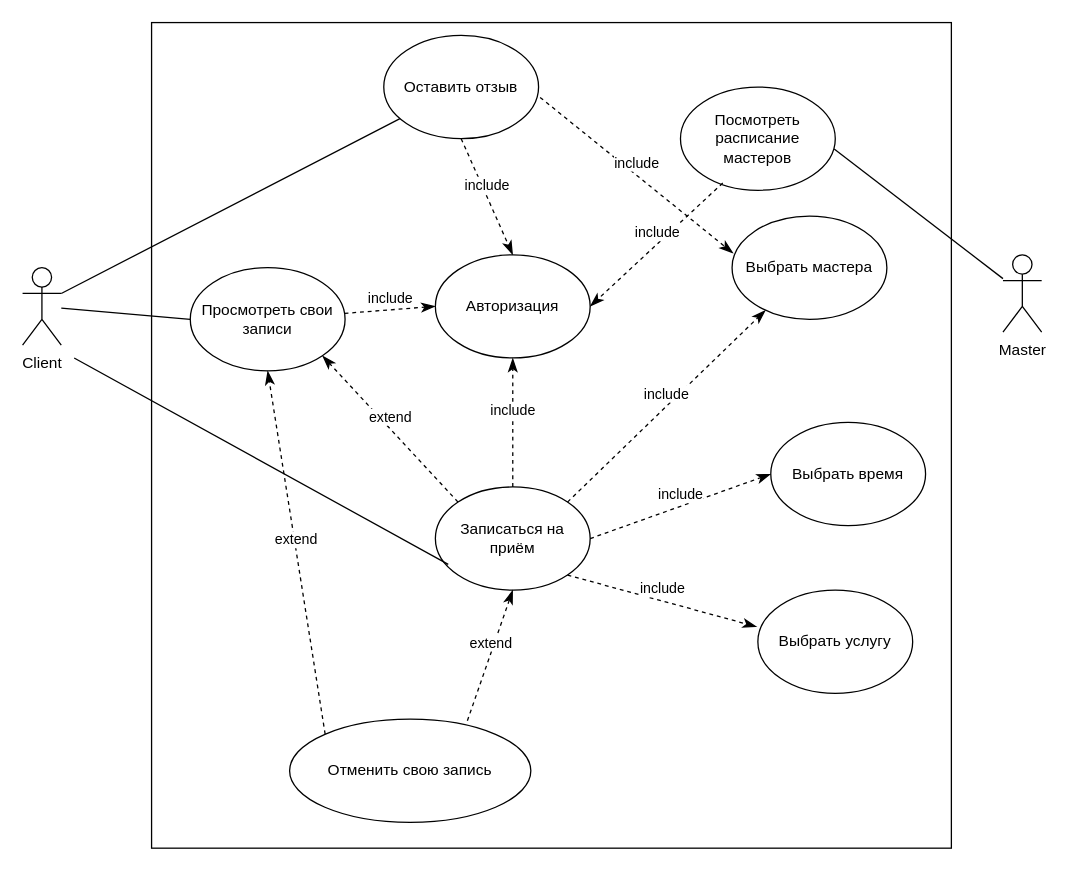
Above: ДВИ.drawio in Artvell3000/umlLab2 (draw.io), before the change. Source tidied: cells renumbered, new cells numbered last; positions are measured from the earlier drawing's top-left corner, leaving out a move shared by most shapes. Both pictures are drawn from the tidied source at 129%, with x=0, y=0 at pixel (22, 22).
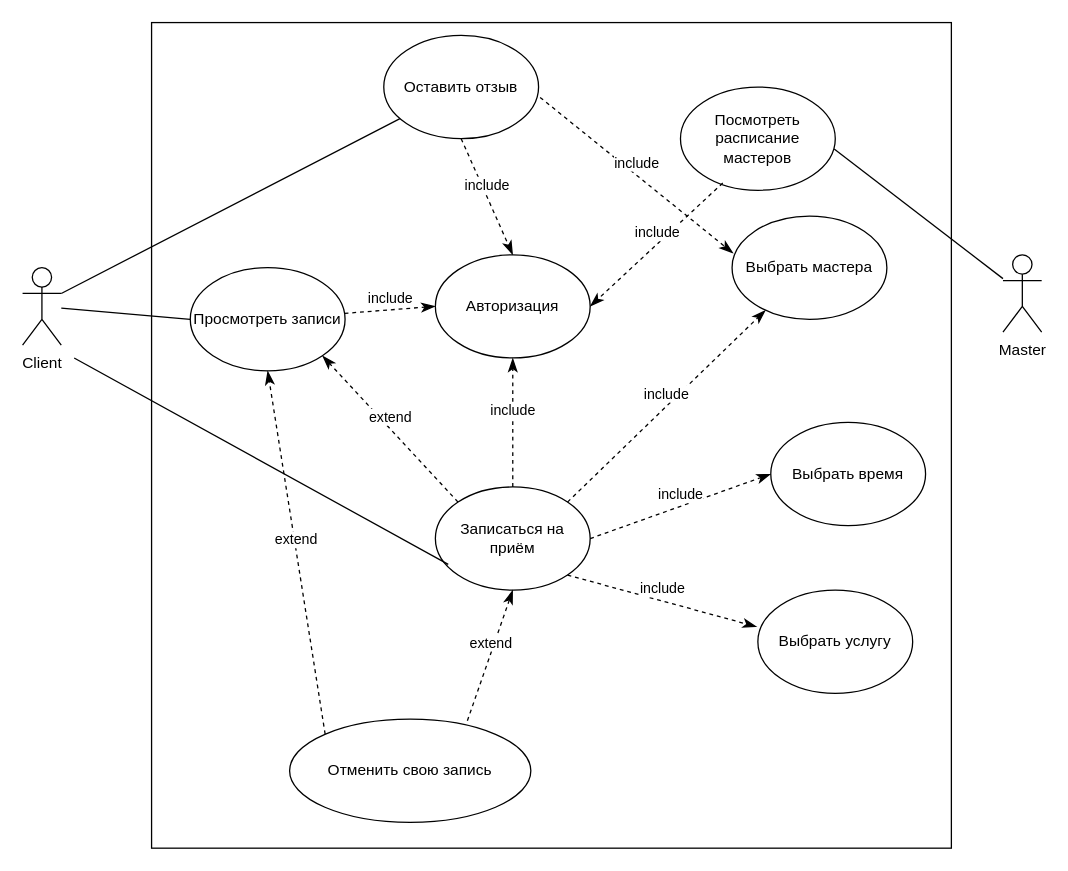
After the change.

What changed in the source:
```diff
@@
-    <mxCell id="22" value="Просмотреть свои записи" style="ellipse;whiteSpace=wrap;html=1;" parent="1" vertex="1">
+    <mxCell id="22" value="Просмотреть записи" style="ellipse;whiteSpace=wrap;html=1;" parent="1" vertex="1">
       <mxGeometry x="130" y="190" width="120" height="80" as="geometry" />
     </mxCell>
```
